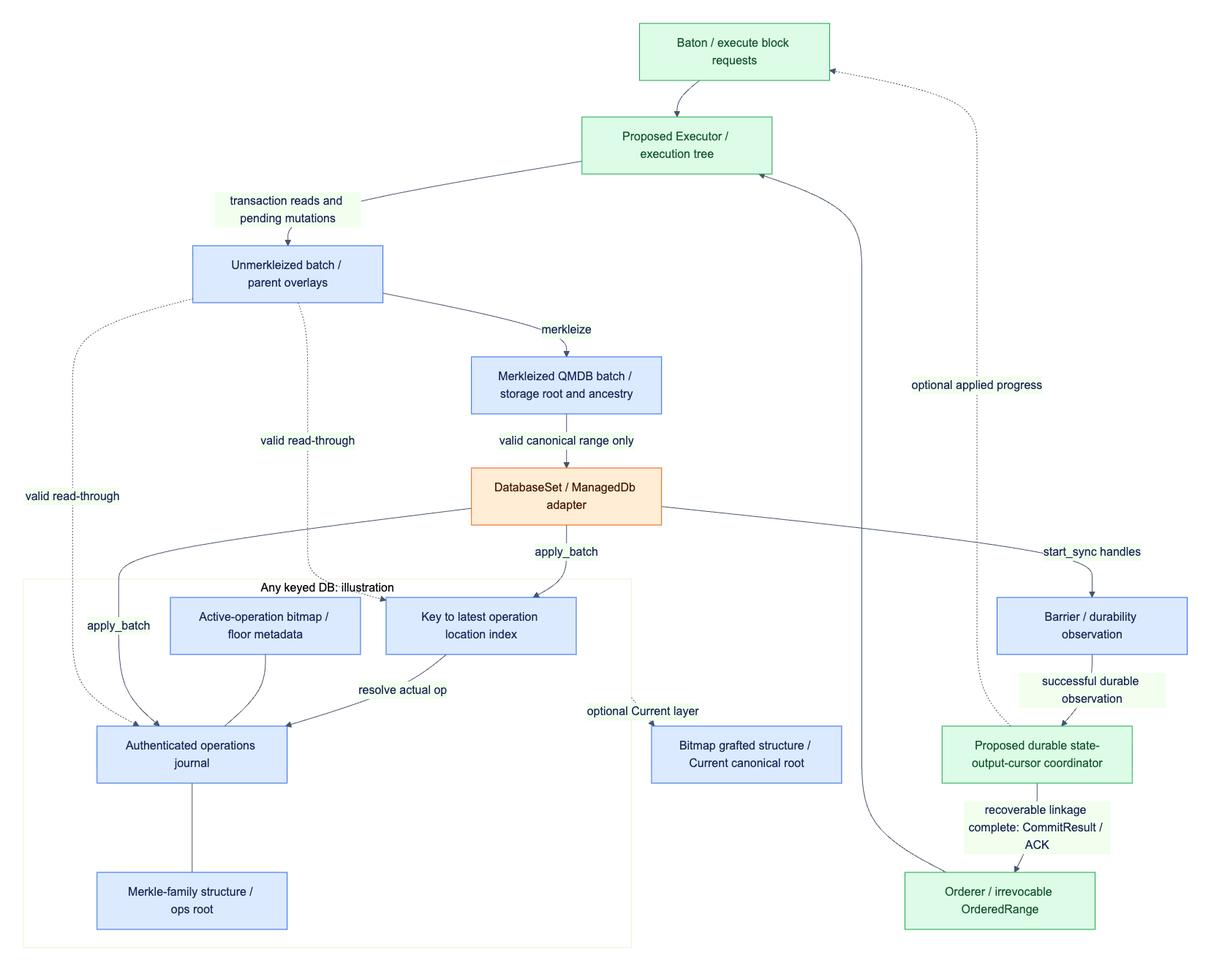
djm07073/baton-research keeps this Mermaid diagram as docs/assets/diagrams/diagram-17.png. Above is the earlier version. Its source is kept beside it as docs/assets/diagrams/diagram-17.mmd.
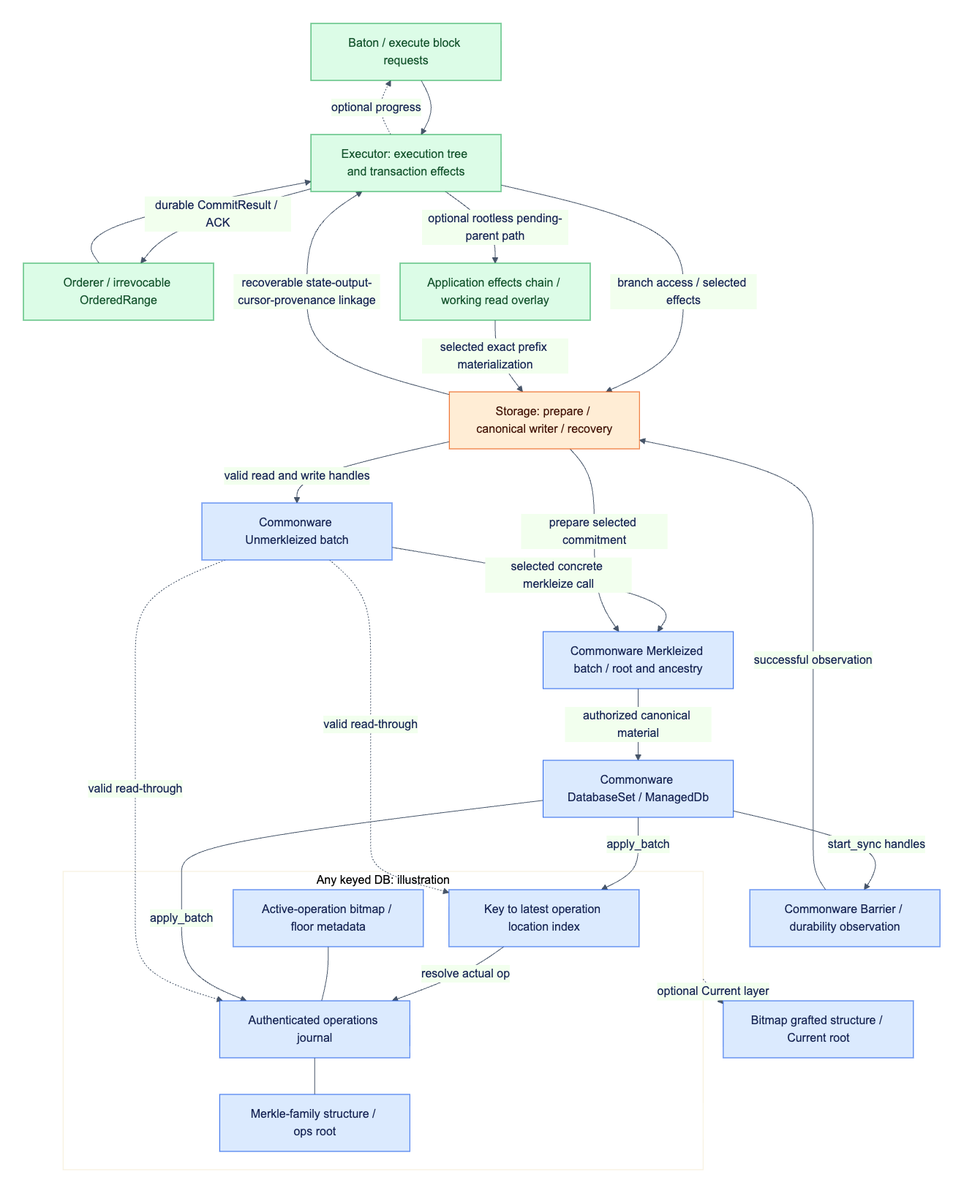
After the commit.

The edit, as a diff of the source:
```diff
@@ -1,9 +1,13 @@
 flowchart TB
-    B[Baton / execute block requests] --> O[Proposed Executor / execution tree]
-    ORDER[Orderer / irrevocable OrderedRange] --> O
-    O -->|transaction reads and pending mutations| U[Unmerkleized batch / parent overlays]
-    U -->|merkleize| K[Merkleized QMDB batch / storage root and ancestry]
-    K -->|valid canonical range only| D[DatabaseSet / ManagedDb adapter]
+    B[Baton / execute block requests] --> E[Executor: execution tree and transaction effects]
+    ORDER[Orderer / irrevocable OrderedRange] --> E
+    E -->|branch access / selected effects| S[Storage: prepare / canonical writer / recovery]
+    S -->|valid read and write handles| U[Commonware Unmerkleized batch]
+    E -->|optional rootless pending-parent path| O[Application effects chain / working read overlay]
+    O -->|selected exact prefix materialization| S
+    U -->|selected concrete merkleize call| K[Commonware Merkleized batch / root and ancestry]
+    S -->|prepare selected commitment| K
+    K -->|authorized canonical material| D[Commonware DatabaseSet / ManagedDb]
     subgraph Q[Any keyed DB: illustration]
         I[Key to latest operation location index]
         L[Authenticated operations journal]
@@ -17,14 +21,15 @@
     D -->|apply_batch| L
     U -. valid read-through .-> I
     U -. valid read-through .-> L
-    Q -. optional Current layer .-> C[Bitmap grafted structure / Current canonical root]
-    D -->|start_sync handles| F[Barrier / durability observation]
-    F -->|successful durable observation| J[Proposed durable state-output-cursor coordinator]
-    J -->|recoverable linkage complete: CommitResult / ACK| ORDER
-    J -. optional applied progress .-> B
+    Q -. optional Current layer .-> C[Bitmap grafted structure / Current root]
+    D -->|start_sync handles| F[Commonware Barrier / durability observation]
+    F -->|successful observation| S
+    S -->|recoverable state-output-cursor-provenance linkage| E
+    E -->|durable CommitResult / ACK| ORDER
+    E -. optional progress .-> B
     classDef reuse fill:#dbeafe,stroke:#2563eb,color:#172554;
     classDef adapt fill:#ffedd5,stroke:#ea580c,color:#431407;
     classDef fresh fill:#dcfce7,stroke:#16a34a,color:#14532d;
-    class U,K,I,L,M,A,C,F reuse;
-    class D adapt;
-    class B,ORDER,O,J fresh;
+    class U,K,D,I,L,M,A,C,F reuse;
+    class S adapt;
+    class B,ORDER,E,O fresh;
```
